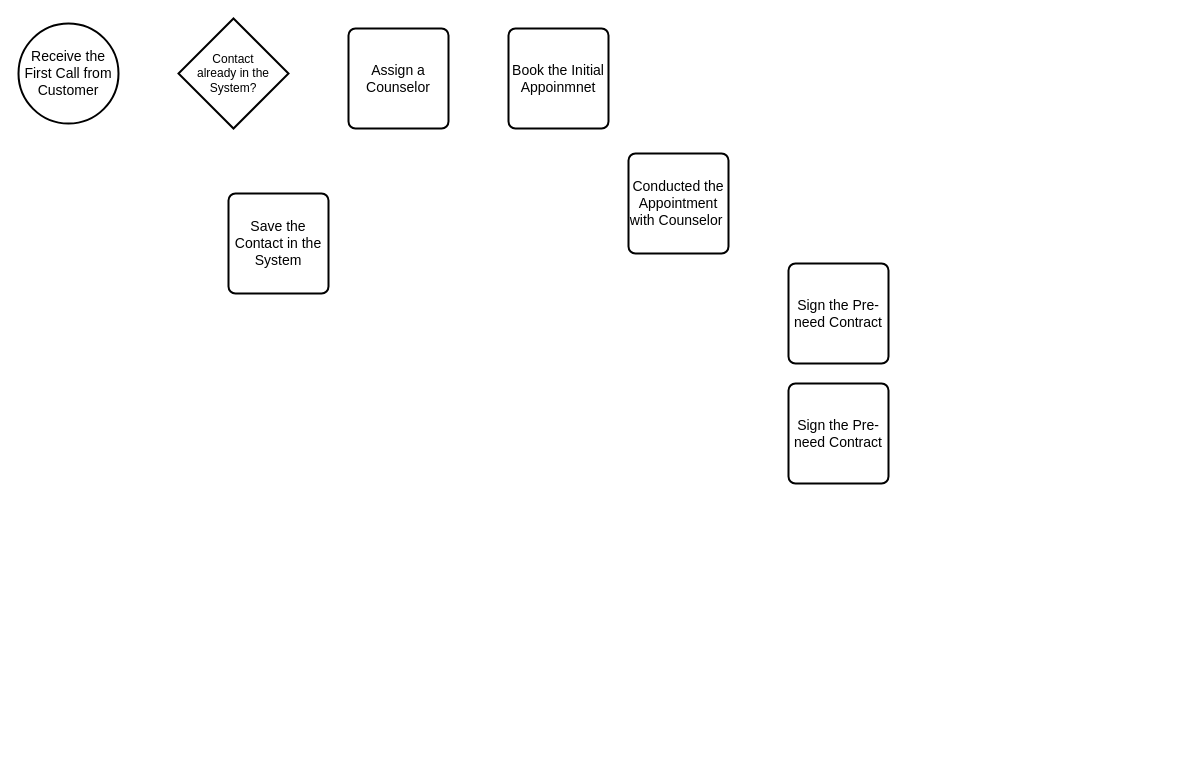
The draw.io diagram Untitled Diagram.drawio in Buddhika-Pathirathna/DiagramsRepo, before the edit. Source tidied: cells renumbered, new cells numbered last; positions are measured from the earlier drawing's top-left corner, leaving out a move shared by most shapes. Both pictures are drawn from the tidied source at 100%, with x=0, y=0 at pixel (18, 18).
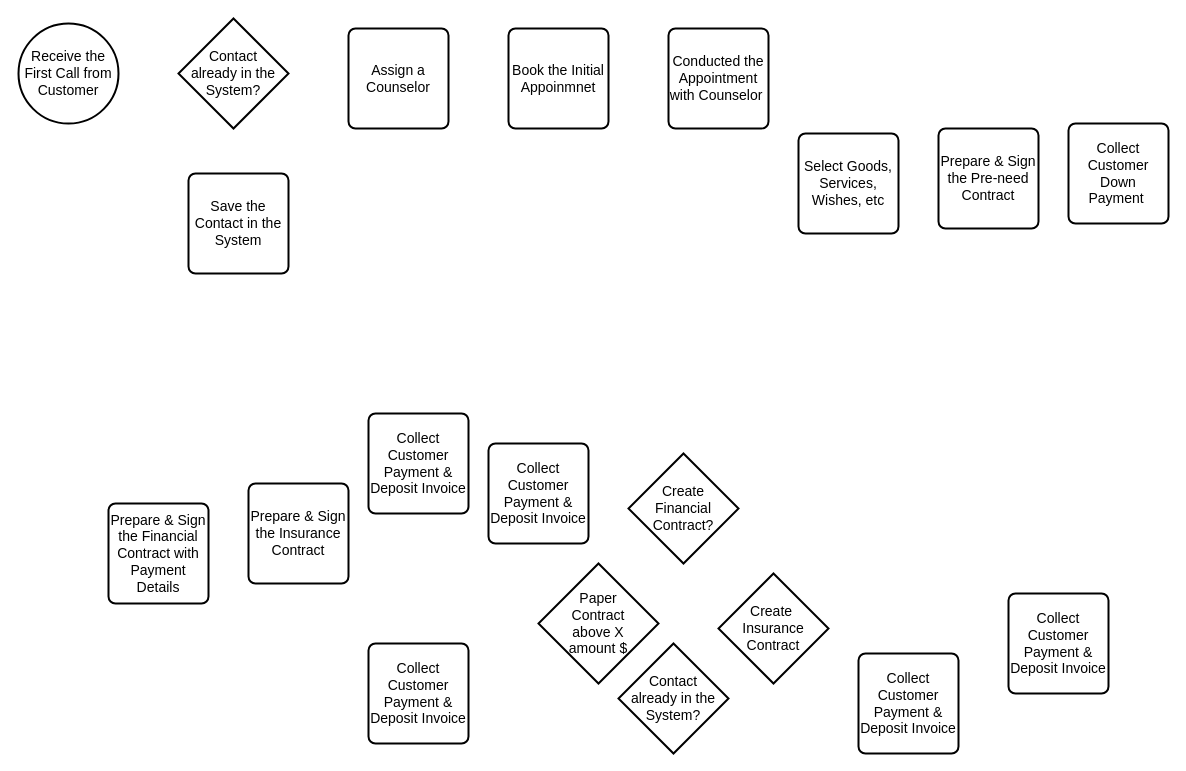
The same diagram, later.

The edit, as a diff of the source:
```diff
@@
-    <mxCell id="2" value="Contact &lt;br&gt;already in the System?" style="strokeWidth=2;html=1;shape=mxgraph.flowchart.decision;whiteSpace=wrap;" parent="1" vertex="1">
+    <mxCell id="2" value="&lt;font style=&quot;font-size: 14px;&quot;&gt;Contact &lt;br&gt;already in the System?&lt;/font&gt;" style="strokeWidth=2;html=1;shape=mxgraph.flowchart.decision;whiteSpace=wrap;" parent="1" vertex="1">
       <mxGeometry x="160" width="110" height="110" as="geometry" />
     </mxCell>
     <mxCell id="3" value="&lt;font style=&quot;font-size: 14px;&quot;&gt;Save the Contact in the System&lt;/font&gt;" style="rounded=1;whiteSpace=wrap;html=1;absoluteArcSize=1;arcSize=14;strokeWidth=2;" parent="1" vertex="1">
-      <mxGeometry x="210" y="175" width="100" height="100" as="geometry" />
+      <mxGeometry x="170" y="155" width="100" height="100" as="geometry" />
     </mxCell>
@@
     <mxCell id="6" value="&lt;font style=&quot;font-size: 14px;&quot;&gt;Conducted the Appointment with Counselor&amp;nbsp;&lt;/font&gt;" style="rounded=1;whiteSpace=wrap;html=1;absoluteArcSize=1;arcSize=14;strokeWidth=2;" parent="1" vertex="1">
-      <mxGeometry x="610" y="135" width="100" height="100" as="geometry" />
+      <mxGeometry x="650" y="10" width="100" height="100" as="geometry" />
     </mxCell>
-    <mxCell id="7" value="&lt;font style=&quot;font-size: 14px;&quot;&gt;Sign the Pre-need Contract&lt;/font&gt;" style="rounded=1;whiteSpace=wrap;html=1;absoluteArcSize=1;arcSize=14;strokeWidth=2;" parent="1" vertex="1">
-      <mxGeometry x="770" y="245" width="100" height="100" as="geometry" />
+    <mxCell id="7" value="&lt;font style=&quot;font-size: 14px;&quot;&gt;Prepare &amp;amp; Sign the Pre-need Contract&lt;/font&gt;" style="rounded=1;whiteSpace=wrap;html=1;absoluteArcSize=1;arcSize=14;strokeWidth=2;" parent="1" vertex="1">
+      <mxGeometry x="920" y="110" width="100" height="100" as="geometry" />
     </mxCell>
@@
-    <mxCell id="9" value="&lt;font style=&quot;font-size: 14px;&quot;&gt;Sign the Pre-need Contract&lt;/font&gt;" style="rounded=1;whiteSpace=wrap;html=1;absoluteArcSize=1;arcSize=14;strokeWidth=2;" parent="1" vertex="1">
-      <mxGeometry x="770" y="365" width="100" height="100" as="geometry" />
+    <mxCell id="9" value="&lt;font style=&quot;font-size: 14px;&quot;&gt;Select Goods, Services, Wishes, etc&lt;/font&gt;" style="rounded=1;whiteSpace=wrap;html=1;absoluteArcSize=1;arcSize=14;strokeWidth=2;" parent="1" vertex="1">
+      <mxGeometry x="780" y="115" width="100" height="100" as="geometry" />
     </mxCell>
+    <mxCell id="10" value="&lt;font style=&quot;font-size: 14px;&quot;&gt;Collect Customer Down Payment&amp;nbsp;&lt;/font&gt;" style="rounded=1;whiteSpace=wrap;html=1;absoluteArcSize=1;arcSize=14;strokeWidth=2;" parent="1" vertex="1">
+      <mxGeometry x="1050" y="105" width="100" height="100" as="geometry" />
+    </mxCell>
+    <mxCell id="11" value="&lt;span style=&quot;font-size: 14px;&quot;&gt;Prepare &amp;amp; Sign the Financial Contract with Payment Details&lt;/span&gt;" style="rounded=1;whiteSpace=wrap;html=1;absoluteArcSize=1;arcSize=14;strokeWidth=2;" parent="1" vertex="1">
+      <mxGeometry x="90" y="485" width="100" height="100" as="geometry" />
+    </mxCell>
+    <mxCell id="12" value="&lt;font style=&quot;font-size: 14px;&quot;&gt;Prepare &amp;amp; Sign the Insurance Contract&lt;/font&gt;" style="rounded=1;whiteSpace=wrap;html=1;absoluteArcSize=1;arcSize=14;strokeWidth=2;" parent="1" vertex="1">
+      <mxGeometry x="230" y="465" width="100" height="100" as="geometry" />
+    </mxCell>
+    <mxCell id="13" value="&lt;font style=&quot;font-size: 14px;&quot;&gt;Collect Customer Payment &amp;amp; Deposit Invoice&lt;/font&gt;" style="rounded=1;whiteSpace=wrap;html=1;absoluteArcSize=1;arcSize=14;strokeWidth=2;" parent="1" vertex="1">
+      <mxGeometry x="350" y="395" width="100" height="100" as="geometry" />
+    </mxCell>
+    <mxCell id="14" value="&lt;font style=&quot;font-size: 14px;&quot;&gt;Collect Customer Payment &amp;amp; Deposit Invoice&lt;/font&gt;" style="rounded=1;whiteSpace=wrap;html=1;absoluteArcSize=1;arcSize=14;strokeWidth=2;" parent="1" vertex="1">
+      <mxGeometry x="470" y="425" width="100" height="100" as="geometry" />
+    </mxCell>
+    <mxCell id="15" value="&lt;font style=&quot;font-size: 14px;&quot;&gt;Collect Customer Payment &amp;amp; Deposit Invoice&lt;/font&gt;" style="rounded=1;whiteSpace=wrap;html=1;absoluteArcSize=1;arcSize=14;strokeWidth=2;" parent="1" vertex="1">
+      <mxGeometry x="350" y="625" width="100" height="100" as="geometry" />
+    </mxCell>
+    <mxCell id="16" value="&lt;font style=&quot;font-size: 14px;&quot;&gt;Collect Customer Payment &amp;amp; Deposit Invoice&lt;/font&gt;" style="rounded=1;whiteSpace=wrap;html=1;absoluteArcSize=1;arcSize=14;strokeWidth=2;" parent="1" vertex="1">
+      <mxGeometry x="840" y="635" width="100" height="100" as="geometry" />
+    </mxCell>
+    <mxCell id="17" value="&lt;font style=&quot;font-size: 14px;&quot;&gt;Collect Customer Payment &amp;amp; Deposit Invoice&lt;/font&gt;" style="rounded=1;whiteSpace=wrap;html=1;absoluteArcSize=1;arcSize=14;strokeWidth=2;" parent="1" vertex="1">
+      <mxGeometry x="990" y="575" width="100" height="100" as="geometry" />
+    </mxCell>
+    <mxCell id="18" value="&lt;span style=&quot;font-size: 14px;&quot;&gt;Create &lt;br&gt;Financial Contract?&lt;/span&gt;" style="strokeWidth=2;html=1;shape=mxgraph.flowchart.decision;whiteSpace=wrap;" parent="1" vertex="1">
+      <mxGeometry x="610" y="435" width="110" height="110" as="geometry" />
+    </mxCell>
+    <mxCell id="19" value="&lt;font style=&quot;font-size: 14px;&quot;&gt;Paper &lt;br&gt;Contract&lt;br&gt;above X&lt;br&gt;amount $&lt;/font&gt;" style="strokeWidth=2;html=1;shape=mxgraph.flowchart.decision;whiteSpace=wrap;" parent="1" vertex="1">
+      <mxGeometry x="520" y="545" width="120" height="120" as="geometry" />
+    </mxCell>
+    <mxCell id="20" value="&lt;font style=&quot;font-size: 14px;&quot;&gt;Create&amp;nbsp;&lt;br&gt;Insurance Contract&lt;/font&gt;" style="strokeWidth=2;html=1;shape=mxgraph.flowchart.decision;whiteSpace=wrap;" parent="1" vertex="1">
+      <mxGeometry x="700" y="555" width="110" height="110" as="geometry" />
+    </mxCell>
+    <mxCell id="21" value="&lt;font style=&quot;font-size: 14px;&quot;&gt;Contact &lt;br&gt;already in the System?&lt;/font&gt;" style="strokeWidth=2;html=1;shape=mxgraph.flowchart.decision;whiteSpace=wrap;" parent="1" vertex="1">
+      <mxGeometry x="600" y="625" width="110" height="110" as="geometry" />
+    </mxCell>
```
